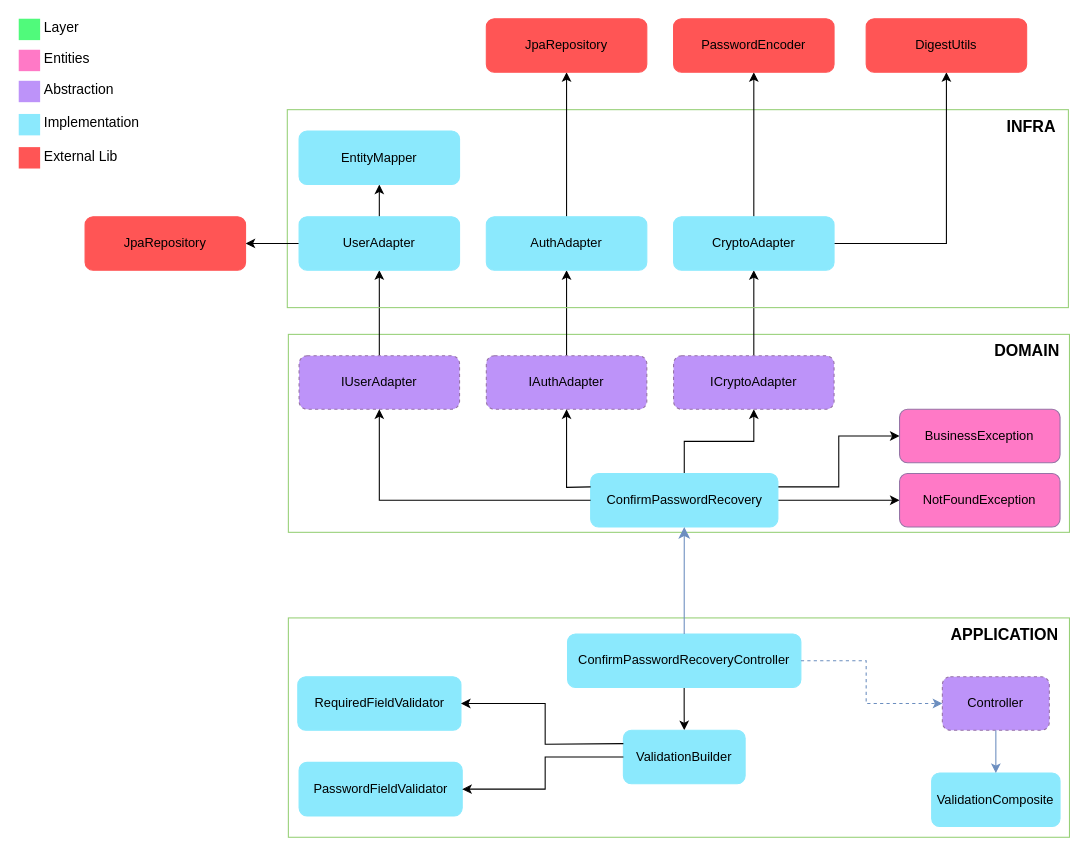
This is docs/useCases/authentication/confirmPasswordRecovery/confirmPasswordRecovery.drawio from gervasioartur/walletwise-api, a draw.io file, before an edit. Source tidied: cells renumbered, new cells numbered last; positions are measured from the earlier drawing's top-left corner, leaving out a move shared by most shapes. Both pictures are drawn from the tidied source at 107%, with x=0, y=0 at pixel (18, -10).
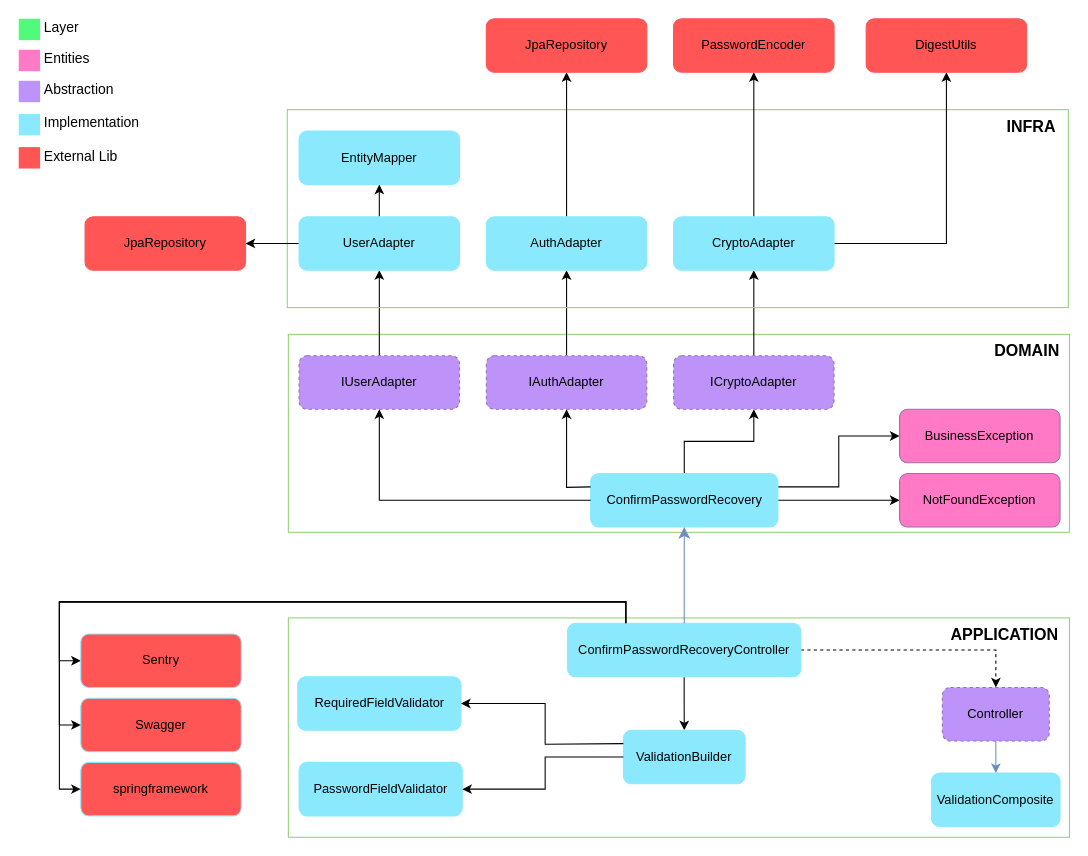
The same page after the edit.

Commit message (it also covers changes not shown here):
docs: add sentry dependency in dependency diagrams

Diff of the diagram source:
```diff
@@
     <mxCell id="3" value="Controller" style="rounded=1;whiteSpace=wrap;html=1;strokeColor=#9673a6;fillColor=#BD93F9;dashed=1;" parent="1" vertex="1">
-      <mxGeometry x="863.2" y="641" width="100" height="50" as="geometry" />
+      <mxGeometry x="863.2" y="651" width="100" height="50" as="geometry" />
     </mxCell>
@@
+    <mxCell id="60" style="edgeStyle=orthogonalEdgeStyle;rounded=0;jettySize=auto;html=1;entryX=0;entryY=0.5;entryDx=0;entryDy=0;exitX=0.25;exitY=0;exitDx=0;exitDy=0;" parent="1" edge="1" source="6" target="61">
+      <mxGeometry relative="1" as="geometry" />
+    </mxCell>
+    <mxCell id="30" style="edgeStyle=orthogonalEdgeStyle;rounded=0;jettySize=auto;html=1;entryX=0.5;entryY=0;entryDx=0;entryDy=0;dashed=1;" parent="1" edge="1" source="6" target="3">
+      <mxGeometry relative="1" as="geometry" />
+    </mxCell>
     <mxCell id="6" value="ConfirmPasswordRecoveryController" style="rounded=1;whiteSpace=wrap;html=1;strokeColor=#8BE9FD;fillColor=#8BE9FD;" parent="1" vertex="1">
-      <mxGeometry x="512.9" y="601" width="218.1" height="50" as="geometry" />
+      <mxGeometry x="512.9" y="591" width="218.1" height="50" as="geometry" />
     </mxCell>
@@
-    <mxCell id="30" style="endArrow=classic;html=1;rounded=0;exitX=1;exitY=0.5;exitDx=0;exitDy=0;entryX=0;entryY=0.5;entryDx=0;entryDy=0;dashed=1;fillColor=#dae8fc;strokeColor=#6c8ebf;" parent="1" edge="1" source="6" target="3">
-      <mxGeometry relative="1" as="geometry">
-        <Array as="points">
-          <mxPoint x="792" y="626" />
-          <mxPoint x="792" y="666" />
-        </Array>
-      </mxGeometry>
-    </mxCell>
@@
+    <mxCell id="61" value="Sentry" style="rounded=1;whiteSpace=wrap;html=1;strokeColor=#8BE9FD;fillColor=#FF5555;" parent="1" vertex="1">
+      <mxGeometry x="58" y="601" width="150" height="50" as="geometry" />
+    </mxCell>
+    <mxCell id="62" value="Swagger" style="rounded=1;whiteSpace=wrap;html=1;strokeColor=#8BE9FD;fillColor=#FF5555;" parent="1" vertex="1">
+      <mxGeometry x="58" y="661" width="150" height="50" as="geometry" />
+    </mxCell>
+    <mxCell id="63" value="springframework" style="rounded=1;whiteSpace=wrap;html=1;strokeColor=#8BE9FD;fillColor=#FF5555;" parent="1" vertex="1">
+      <mxGeometry x="58" y="721" width="150" height="50" as="geometry" />
+    </mxCell>
+    <mxCell id="64" style="edgeStyle=orthogonalEdgeStyle;rounded=0;jettySize=auto;html=1;entryX=0;entryY=0.5;entryDx=0;entryDy=0;exitX=0.25;exitY=0;exitDx=0;exitDy=0;" parent="1" edge="1" source="6" target="62">
+      <mxGeometry relative="1" as="geometry" />
+    </mxCell>
+    <mxCell id="65" style="edgeStyle=orthogonalEdgeStyle;rounded=0;jettySize=auto;html=1;entryX=0;entryY=0.5;entryDx=0;entryDy=0;exitX=0.25;exitY=0;exitDx=0;exitDy=0;" parent="1" edge="1" source="6" target="63">
+      <mxGeometry relative="1" as="geometry" />
+    </mxCell>
```
